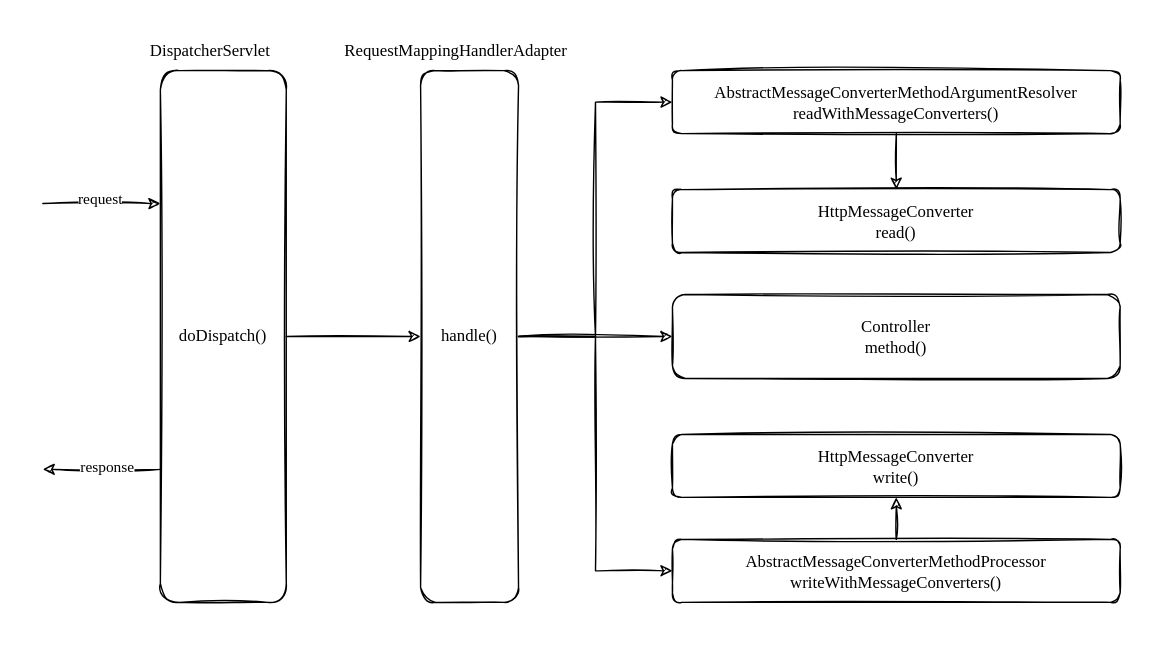
susamlu/another-one keeps this draw.io diagram as docs/images/spring_mvc_http_message_converter_1.svg. Above is the earlier version. Source tidied: cells renumbered, new cells last; positions are measured from the earlier drawing's top-left corner, leaving out a move shared by most shapes. The source it was exported from:
```xml
<mxGraphModel>
  <root>
    <mxCell id="0" />
    <mxCell id="1" parent="0" />
    <mxCell id="2" style="rounded=0;whiteSpace=wrap;html=1;strokeColor=none;" parent="1" vertex="1">
      <mxGeometry width="830" height="460" as="geometry" />
    </mxCell>
    <mxCell id="3" value="&lt;font face=&quot;Comic Sans MS&quot;&gt;doDispatch()&lt;/font&gt;" style="rounded=1;whiteSpace=wrap;html=1;sketch=1;" parent="1" vertex="1">
      <mxGeometry x="114" y="50" width="90" height="380" as="geometry" />
    </mxCell>
    <mxCell id="4" style="endArrow=classic;html=1;rounded=0;entryX=0;entryY=0.25;entryDx=0;entryDy=0;sketch=1;" parent="1" edge="1" target="3">
      <mxGeometry relative="1" as="geometry">
        <mxPoint x="30" y="145" as="sourcePoint" />
      </mxGeometry>
    </mxCell>
    <mxCell id="5" value="&lt;font face=&quot;Comic Sans MS&quot;&gt;request&lt;/font&gt;" style="edgeLabel;html=1;align=center;verticalAlign=middle;" parent="4" vertex="1">
      <mxGeometry x="-0.04" y="4" relative="1" as="geometry" />
    </mxCell>
    <mxCell id="6" style="endArrow=none;html=1;rounded=0;startArrow=classic;startFill=1;endFill=0;entryX=0;entryY=0.75;entryDx=0;entryDy=0;sketch=1;" parent="1" edge="1" target="3">
      <mxGeometry relative="1" as="geometry">
        <mxPoint x="30" y="335" as="sourcePoint" />
      </mxGeometry>
    </mxCell>
    <mxCell id="7" value="&lt;font face=&quot;Comic Sans MS&quot;&gt;response&lt;/font&gt;" style="edgeLabel;html=1;align=center;verticalAlign=middle;" parent="6" vertex="1">
      <mxGeometry x="-0.06" y="2" relative="1" as="geometry">
        <mxPoint x="6" y="-1" as="offset" />
      </mxGeometry>
    </mxCell>
    <mxCell id="8" value="DispatcherServlet" style="text;strokeColor=none;fillColor=none;align=left;verticalAlign=middle;spacingLeft=4;spacingRight=4;overflow=hidden;fontFamily=Comic Sans MS;" parent="1" vertex="1">
      <mxGeometry x="101" y="20" width="116" height="30" as="geometry" />
    </mxCell>
    <mxCell id="9" value="&lt;font face=&quot;Comic Sans MS&quot;&gt;handle()&lt;/font&gt;" style="rounded=1;whiteSpace=wrap;html=1;sketch=1;" parent="1" vertex="1">
      <mxGeometry x="300" y="50" width="70" height="380" as="geometry" />
    </mxCell>
    <mxCell id="10" value="&lt;font face=&quot;Comic Sans MS&quot;&gt;AbstractMessageConverterMethodArgumentResolver&lt;br&gt;readWithMessageConverters()&lt;/font&gt;" style="rounded=1;whiteSpace=wrap;html=1;sketch=1;" parent="1" vertex="1">
      <mxGeometry x="480" y="50" width="320" height="45" as="geometry" />
    </mxCell>
    <mxCell id="11" value="&lt;font face=&quot;Comic Sans MS&quot;&gt;Controller&lt;br&gt;method()&lt;/font&gt;" style="rounded=1;whiteSpace=wrap;html=1;sketch=1;" parent="1" vertex="1">
      <mxGeometry x="480" y="210" width="320" height="60" as="geometry" />
    </mxCell>
    <mxCell id="12" value="&lt;font face=&quot;Comic Sans MS&quot;&gt;AbstractMessageConverterMethodProcessor&lt;br&gt;writeWithMessageConverters()&lt;/font&gt;" style="rounded=1;whiteSpace=wrap;html=1;sketch=1;" parent="1" vertex="1">
      <mxGeometry x="480" y="385" width="320" height="45" as="geometry" />
    </mxCell>
    <mxCell id="13" value="RequestMappingHandlerAdapter" style="text;strokeColor=none;fillColor=none;align=left;verticalAlign=middle;spacingLeft=4;spacingRight=4;overflow=hidden;fontFamily=Comic Sans MS;" parent="1" vertex="1">
      <mxGeometry x="240" y="20" width="190" height="30" as="geometry" />
    </mxCell>
    <mxCell id="14" style="endArrow=classic;html=1;rounded=0;sketch=1;" parent="1" edge="1" source="3" target="9">
      <mxGeometry relative="1" as="geometry" />
    </mxCell>
    <mxCell id="15" style="endArrow=classic;html=1;rounded=0;sketch=1;" parent="1" edge="1" source="9" target="11">
      <mxGeometry relative="1" as="geometry" />
    </mxCell>
    <mxCell id="16" value="&lt;font face=&quot;Comic Sans MS&quot;&gt;HttpMessageConverter&lt;br&gt;read()&lt;/font&gt;" style="rounded=1;whiteSpace=wrap;html=1;sketch=1;" parent="1" vertex="1">
      <mxGeometry x="480" y="135" width="320" height="45" as="geometry" />
    </mxCell>
    <mxCell id="17" value="&lt;font face=&quot;Comic Sans MS&quot;&gt;HttpMessageConverter&lt;br&gt;write()&lt;/font&gt;" style="rounded=1;whiteSpace=wrap;html=1;sketch=1;" parent="1" vertex="1">
      <mxGeometry x="480" y="310" width="320" height="45" as="geometry" />
    </mxCell>
    <mxCell id="18" style="endArrow=classic;html=1;rounded=0;sketch=1;" parent="1" edge="1" source="12" target="17">
      <mxGeometry relative="1" as="geometry" />
    </mxCell>
    <mxCell id="19" style="endArrow=classic;html=1;rounded=0;sketch=1;" parent="1" edge="1" source="10" target="16">
      <mxGeometry relative="1" as="geometry" />
    </mxCell>
    <mxCell id="20" style="endArrow=classic;html=1;rounded=0;edgeStyle=orthogonalEdgeStyle;sketch=1;" parent="1" edge="1" source="9" target="10">
      <mxGeometry relative="1" as="geometry" />
    </mxCell>
    <mxCell id="21" style="endArrow=classic;html=1;rounded=0;sketch=1;edgeStyle=orthogonalEdgeStyle;" parent="1" edge="1" source="9" target="12">
      <mxGeometry relative="1" as="geometry" />
    </mxCell>
  </root>
</mxGraphModel>
```
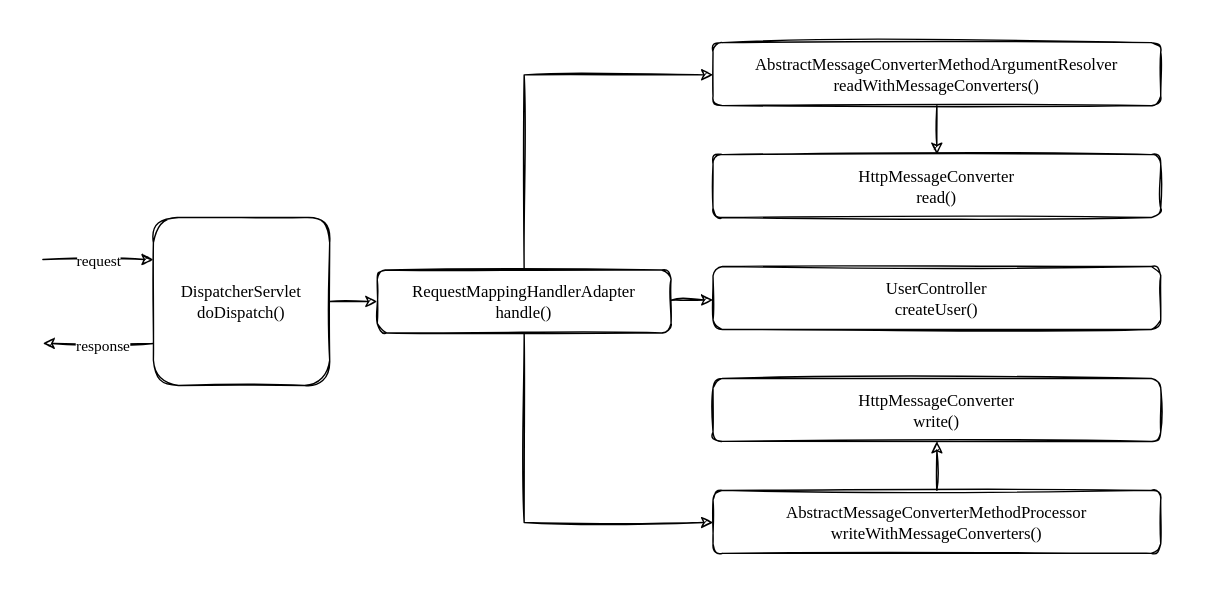
Above is the later version.

What changed in the source:
```diff
@@ -3,47 +3,43 @@
     <mxCell id="0" />
     <mxCell id="1" parent="0" />
     <mxCell id="2" style="rounded=0;whiteSpace=wrap;html=1;strokeColor=none;" parent="1" vertex="1">
-      <mxGeometry width="830" height="460" as="geometry" />
+      <mxGeometry width="860" height="430" as="geometry" />
     </mxCell>
-    <mxCell id="3" value="&lt;font face=&quot;Comic Sans MS&quot;&gt;doDispatch()&lt;/font&gt;" style="rounded=1;whiteSpace=wrap;html=1;sketch=1;" parent="1" vertex="1">
-      <mxGeometry x="114" y="50" width="90" height="380" as="geometry" />
+    <mxCell id="3" value="&lt;span style=&quot;font-family: &amp;quot;Comic Sans MS&amp;quot;; text-align: left;&quot;&gt;DispatcherServlet&lt;/span&gt;&lt;font face=&quot;Comic Sans MS&quot;&gt;&lt;br&gt;doDispatch()&lt;/font&gt;" style="rounded=1;whiteSpace=wrap;html=1;sketch=1;" parent="1" vertex="1">
+      <mxGeometry x="109" y="155" width="126" height="120" as="geometry" />
     </mxCell>
     <mxCell id="4" style="endArrow=classic;html=1;rounded=0;entryX=0;entryY=0.25;entryDx=0;entryDy=0;sketch=1;" parent="1" edge="1" target="3">
       <mxGeometry relative="1" as="geometry">
-        <mxPoint x="30" y="145" as="sourcePoint" />
+        <mxPoint x="30" y="185" as="sourcePoint" />
       </mxGeometry>
     </mxCell>
-    <mxCell id="5" value="&lt;font face=&quot;Comic Sans MS&quot;&gt;request&lt;/font&gt;" style="edgeLabel;html=1;align=center;verticalAlign=middle;" parent="4" vertex="1">
-      <mxGeometry x="-0.04" y="4" relative="1" as="geometry" />
+    <mxCell id="5" value="&lt;span style=&quot;font-family: &amp;quot;Comic Sans MS&amp;quot;;&quot;&gt;request&lt;/span&gt;" style="edgeLabel;html=1;align=center;verticalAlign=middle;" parent="4" vertex="1">
+      <mxGeometry x="-0.03" y="1" relative="1" as="geometry">
+        <mxPoint y="1" as="offset" />
+      </mxGeometry>
     </mxCell>
     <mxCell id="6" style="endArrow=none;html=1;rounded=0;startArrow=classic;startFill=1;endFill=0;entryX=0;entryY=0.75;entryDx=0;entryDy=0;sketch=1;" parent="1" edge="1" target="3">
       <mxGeometry relative="1" as="geometry">
-        <mxPoint x="30" y="335" as="sourcePoint" />
+        <mxPoint x="30" y="245" as="sourcePoint" />
       </mxGeometry>
     </mxCell>
-    <mxCell id="7" value="&lt;font face=&quot;Comic Sans MS&quot;&gt;response&lt;/font&gt;" style="edgeLabel;html=1;align=center;verticalAlign=middle;" parent="6" vertex="1">
-      <mxGeometry x="-0.06" y="2" relative="1" as="geometry">
-        <mxPoint x="6" y="-1" as="offset" />
+    <mxCell id="7" value="&lt;span style=&quot;font-family: &amp;quot;Comic Sans MS&amp;quot;;&quot;&gt;response&lt;/span&gt;" style="edgeLabel;html=1;align=center;verticalAlign=middle;" parent="6" vertex="1">
+      <mxGeometry x="0.07" relative="1" as="geometry">
+        <mxPoint y="1" as="offset" />
       </mxGeometry>
     </mxCell>
-    <mxCell id="8" value="DispatcherServlet" style="text;strokeColor=none;fillColor=none;align=left;verticalAlign=middle;spacingLeft=4;spacingRight=4;overflow=hidden;fontFamily=Comic Sans MS;" parent="1" vertex="1">
-      <mxGeometry x="101" y="20" width="116" height="30" as="geometry" />
-    </mxCell>
-    <mxCell id="9" value="&lt;font face=&quot;Comic Sans MS&quot;&gt;handle()&lt;/font&gt;" style="rounded=1;whiteSpace=wrap;html=1;sketch=1;" parent="1" vertex="1">
-      <mxGeometry x="300" y="50" width="70" height="380" as="geometry" />
+    <mxCell id="9" value="&lt;span style=&quot;font-family: &amp;quot;Comic Sans MS&amp;quot;; text-align: left;&quot;&gt;RequestMappingHandlerAdapter&lt;/span&gt;&lt;font face=&quot;Comic Sans MS&quot;&gt;&lt;br&gt;handle()&lt;/font&gt;" style="rounded=1;whiteSpace=wrap;html=1;sketch=1;" parent="1" vertex="1">
+      <mxGeometry x="269" y="192.5" width="210" height="45" as="geometry" />
     </mxCell>
     <mxCell id="10" value="&lt;font face=&quot;Comic Sans MS&quot;&gt;AbstractMessageConverterMethodArgumentResolver&lt;br&gt;readWithMessageConverters()&lt;/font&gt;" style="rounded=1;whiteSpace=wrap;html=1;sketch=1;" parent="1" vertex="1">
-      <mxGeometry x="480" y="50" width="320" height="45" as="geometry" />
+      <mxGeometry x="509" y="30" width="320" height="45" as="geometry" />
     </mxCell>
-    <mxCell id="11" value="&lt;font face=&quot;Comic Sans MS&quot;&gt;Controller&lt;br&gt;method()&lt;/font&gt;" style="rounded=1;whiteSpace=wrap;html=1;sketch=1;" parent="1" vertex="1">
-      <mxGeometry x="480" y="210" width="320" height="60" as="geometry" />
+    <mxCell id="11" value="&lt;font face=&quot;Comic Sans MS&quot;&gt;UserController&lt;br&gt;createUser()&lt;/font&gt;" style="rounded=1;whiteSpace=wrap;html=1;sketch=1;" parent="1" vertex="1">
+      <mxGeometry x="509" y="190" width="320" height="45" as="geometry" />
     </mxCell>
     <mxCell id="12" value="&lt;font face=&quot;Comic Sans MS&quot;&gt;AbstractMessageConverterMethodProcessor&lt;br&gt;writeWithMessageConverters()&lt;/font&gt;" style="rounded=1;whiteSpace=wrap;html=1;sketch=1;" parent="1" vertex="1">
-      <mxGeometry x="480" y="385" width="320" height="45" as="geometry" />
+      <mxGeometry x="509" y="350" width="320" height="45" as="geometry" />
     </mxCell>
-    <mxCell id="13" value="RequestMappingHandlerAdapter" style="text;strokeColor=none;fillColor=none;align=left;verticalAlign=middle;spacingLeft=4;spacingRight=4;overflow=hidden;fontFamily=Comic Sans MS;" parent="1" vertex="1">
-      <mxGeometry x="240" y="20" width="190" height="30" as="geometry" />
-    </mxCell>
     <mxCell id="14" style="endArrow=classic;html=1;rounded=0;sketch=1;" parent="1" edge="1" source="3" target="9">
       <mxGeometry relative="1" as="geometry" />
     </mxCell>
@@ -51,10 +47,10 @@
       <mxGeometry relative="1" as="geometry" />
     </mxCell>
     <mxCell id="16" value="&lt;font face=&quot;Comic Sans MS&quot;&gt;HttpMessageConverter&lt;br&gt;read()&lt;/font&gt;" style="rounded=1;whiteSpace=wrap;html=1;sketch=1;" parent="1" vertex="1">
-      <mxGeometry x="480" y="135" width="320" height="45" as="geometry" />
+      <mxGeometry x="509" y="110" width="320" height="45" as="geometry" />
     </mxCell>
     <mxCell id="17" value="&lt;font face=&quot;Comic Sans MS&quot;&gt;HttpMessageConverter&lt;br&gt;write()&lt;/font&gt;" style="rounded=1;whiteSpace=wrap;html=1;sketch=1;" parent="1" vertex="1">
-      <mxGeometry x="480" y="310" width="320" height="45" as="geometry" />
+      <mxGeometry x="509" y="270" width="320" height="45" as="geometry" />
     </mxCell>
     <mxCell id="18" style="endArrow=classic;html=1;rounded=0;sketch=1;" parent="1" edge="1" source="12" target="17">
       <mxGeometry relative="1" as="geometry" />
@@ -62,11 +58,19 @@
     <mxCell id="19" style="endArrow=classic;html=1;rounded=0;sketch=1;" parent="1" edge="1" source="10" target="16">
       <mxGeometry relative="1" as="geometry" />
     </mxCell>
-    <mxCell id="20" style="endArrow=classic;html=1;rounded=0;edgeStyle=orthogonalEdgeStyle;sketch=1;" parent="1" edge="1" source="9" target="10">
-      <mxGeometry relative="1" as="geometry" />
+    <mxCell id="20" style="endArrow=classic;html=1;rounded=0;sketch=1;edgeStyle=orthogonalEdgeStyle;" parent="1" edge="1" source="9" target="10">
+      <mxGeometry relative="1" as="geometry">
+        <Array as="points">
+          <mxPoint x="374" y="53" />
+        </Array>
+      </mxGeometry>
     </mxCell>
     <mxCell id="21" style="endArrow=classic;html=1;rounded=0;sketch=1;edgeStyle=orthogonalEdgeStyle;" parent="1" edge="1" source="9" target="12">
-      <mxGeometry relative="1" as="geometry" />
+      <mxGeometry relative="1" as="geometry">
+        <Array as="points">
+          <mxPoint x="374" y="373" />
+        </Array>
+      </mxGeometry>
     </mxCell>
   </root>
 </mxGraphModel>
```
